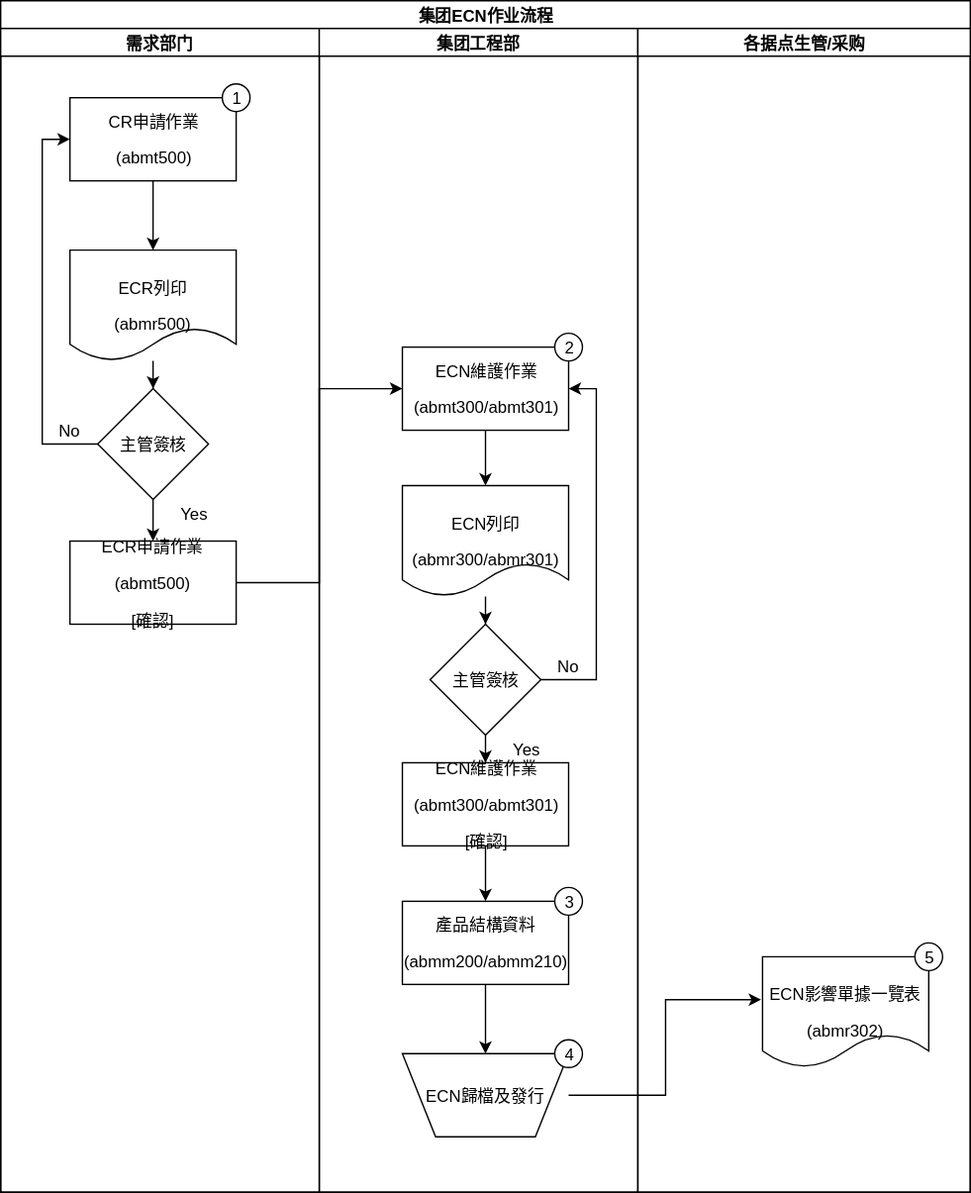
The draw.io diagram ver01/ABM005.svg in ft2017/sop, before a commit. Source tidied: cells renumbered, new cells last; positions are measured from the earlier drawing's top-left corner, leaving out a move shared by most shapes. Source of this version:
```xml
<mxGraphModel background="#ffffff">
  <root>
    <mxCell id="0" />
    <mxCell id="1" parent="0" />
    <mxCell id="2" value="&lt;b&gt;&lt;span&gt;集团&lt;span lang=&quot;EN-US&quot;&gt;ECN&lt;/span&gt;作业流程&lt;/span&gt;&lt;/b&gt;" style="swimlane;html=1;startSize=20;" parent="1" vertex="1">
      <mxGeometry width="700" height="860" as="geometry" />
    </mxCell>
    <mxCell id="3" value="&lt;b&gt;&lt;span&gt;需求部门&lt;/span&gt;&lt;/b&gt;" style="swimlane;html=1;startSize=20;" parent="2" vertex="1">
      <mxGeometry y="20" width="230" height="840" as="geometry" />
    </mxCell>
    <mxCell id="4" style="edgeStyle=orthogonalEdgeStyle;rounded=0;html=1;entryX=0.5;entryY=0;jettySize=auto;" parent="3" edge="1" source="5" target="7">
      <mxGeometry relative="1" as="geometry" />
    </mxCell>
    <mxCell id="5" value="&lt;p align=&quot;center&quot;&gt;&lt;span lang=&quot;EN-US&quot;&gt;CR&lt;/span&gt;&lt;span lang=&quot;ZH-TW&quot;&gt;申請作業&lt;/span&gt;&lt;/p&gt;&lt;p align=&quot;center&quot;&gt;&lt;span lang=&quot;EN-US&quot;&gt;(abmt500)&lt;/span&gt;&lt;/p&gt;" style="whiteSpace=wrap;html=1;" parent="3" vertex="1">
      <mxGeometry x="50" y="50" width="120" height="60" as="geometry" />
    </mxCell>
    <mxCell id="6" style="edgeStyle=orthogonalEdgeStyle;rounded=0;html=1;entryX=0.5;entryY=0;jettySize=auto;" parent="3" edge="1" source="7" target="10">
      <mxGeometry relative="1" as="geometry" />
    </mxCell>
    <mxCell id="7" value="&lt;p align=&quot;center&quot;&gt;&lt;span lang=&quot;EN-US&quot;&gt;ECR&lt;/span&gt;&lt;span lang=&quot;ZH-TW&quot;&gt;列印&lt;/span&gt;&lt;/p&gt;&lt;p align=&quot;center&quot;&gt;&lt;span lang=&quot;EN-US&quot;&gt;(abmr500)&lt;/span&gt;&lt;/p&gt;" style="shape=document;whiteSpace=wrap;html=1;" parent="3" vertex="1">
      <mxGeometry x="50" y="160" width="120" height="80" as="geometry" />
    </mxCell>
    <mxCell id="8" style="edgeStyle=orthogonalEdgeStyle;rounded=0;html=1;entryX=0.5;entryY=0;jettySize=auto;" parent="3" edge="1" source="10" target="11">
      <mxGeometry relative="1" as="geometry" />
    </mxCell>
    <mxCell id="9" style="edgeStyle=orthogonalEdgeStyle;rounded=0;html=1;entryX=0;entryY=0.5;jettySize=auto;" parent="3" edge="1" source="10" target="5">
      <mxGeometry relative="1" as="geometry">
        <Array as="points">
          <mxPoint x="30" y="300" />
          <mxPoint x="30" y="80" />
        </Array>
      </mxGeometry>
    </mxCell>
    <mxCell id="10" value="&lt;p align=&quot;center&quot;&gt;&lt;span lang=&quot;ZH-TW&quot;&gt;主管簽核&lt;/span&gt;&lt;/p&gt;" style="rhombus;whiteSpace=wrap;html=1;" parent="3" vertex="1">
      <mxGeometry x="70" y="260" width="80" height="80" as="geometry" />
    </mxCell>
    <mxCell id="11" value="&lt;p align=&quot;center&quot;&gt;&lt;span lang=&quot;EN-US&quot;&gt;ECR&lt;/span&gt;&lt;span lang=&quot;ZH-TW&quot;&gt;申請作業&lt;/span&gt;&lt;/p&gt;&lt;p align=&quot;center&quot;&gt;&lt;span lang=&quot;EN-US&quot;&gt;(abmt500)&lt;/span&gt;&lt;/p&gt;&lt;p align=&quot;center&quot;&gt;&lt;span lang=&quot;EN-US&quot;&gt;[&lt;/span&gt;&lt;span lang=&quot;ZH-TW&quot;&gt;確認&lt;/span&gt;&lt;span lang=&quot;EN-US&quot;&gt;]&lt;/span&gt;&lt;/p&gt;" style="whiteSpace=wrap;html=1;" parent="3" vertex="1">
      <mxGeometry x="50" y="370" width="120" height="60" as="geometry" />
    </mxCell>
    <mxCell id="12" value="Yes" style="text;html=1;strokeColor=none;fillColor=none;align=center;verticalAlign=middle;whiteSpace=wrap;" parent="3" vertex="1">
      <mxGeometry x="120" y="340" width="40" height="20" as="geometry" />
    </mxCell>
    <mxCell id="13" value="No" style="text;html=1;strokeColor=none;fillColor=none;align=center;verticalAlign=middle;whiteSpace=wrap;" parent="3" vertex="1">
      <mxGeometry x="30" y="280" width="40" height="20" as="geometry" />
    </mxCell>
    <mxCell id="14" value="1" style="ellipse;whiteSpace=wrap;html=1;" parent="3" vertex="1">
      <mxGeometry x="160" y="40" width="20" height="20" as="geometry" />
    </mxCell>
    <mxCell id="15" value="&lt;b&gt;&lt;span&gt;集团工程&lt;/span&gt;&lt;/b&gt;&lt;span&gt;部&lt;/span&gt;" style="swimlane;html=1;startSize=20;" parent="2" vertex="1">
      <mxGeometry x="230" y="20" width="230" height="840" as="geometry" />
    </mxCell>
    <mxCell id="16" style="edgeStyle=orthogonalEdgeStyle;rounded=0;html=1;entryX=0.5;entryY=0;jettySize=auto;" parent="15" edge="1" source="17" target="19">
      <mxGeometry relative="1" as="geometry" />
    </mxCell>
    <mxCell id="17" value="&lt;p align=&quot;center&quot;&gt;&lt;span lang=&quot;EN-US&quot;&gt;ECN&lt;/span&gt;&lt;span lang=&quot;ZH-TW&quot;&gt;維護作業&lt;/span&gt;&lt;/p&gt;&lt;p align=&quot;center&quot;&gt;&lt;span lang=&quot;EN-US&quot;&gt;(abmt300/abmt301)&lt;/span&gt;&lt;/p&gt;" style="whiteSpace=wrap;html=1;" parent="15" vertex="1">
      <mxGeometry x="60" y="230" width="120" height="60" as="geometry" />
    </mxCell>
    <mxCell id="18" style="edgeStyle=orthogonalEdgeStyle;rounded=0;html=1;entryX=0.5;entryY=0;jettySize=auto;" parent="15" edge="1" source="19" target="22">
      <mxGeometry relative="1" as="geometry" />
    </mxCell>
    <mxCell id="19" value="&lt;p align=&quot;center&quot;&gt;&lt;span lang=&quot;EN-US&quot;&gt;ECN&lt;/span&gt;&lt;span lang=&quot;ZH-TW&quot;&gt;列印&lt;/span&gt;&lt;/p&gt;&lt;p align=&quot;center&quot;&gt;&lt;span lang=&quot;EN-US&quot;&gt;(abmr300/abmr301)&lt;/span&gt;&lt;/p&gt;" style="shape=document;whiteSpace=wrap;html=1;" parent="15" vertex="1">
      <mxGeometry x="60" y="330" width="120" height="80" as="geometry" />
    </mxCell>
    <mxCell id="20" style="edgeStyle=orthogonalEdgeStyle;rounded=0;html=1;entryX=0.5;entryY=0;jettySize=auto;" parent="15" edge="1" source="22" target="24">
      <mxGeometry relative="1" as="geometry" />
    </mxCell>
    <mxCell id="21" style="edgeStyle=orthogonalEdgeStyle;rounded=0;html=1;entryX=1;entryY=0.5;jettySize=auto;" parent="15" edge="1" source="22" target="17">
      <mxGeometry relative="1" as="geometry">
        <Array as="points">
          <mxPoint x="200" y="470" />
          <mxPoint x="200" y="260" />
        </Array>
      </mxGeometry>
    </mxCell>
    <mxCell id="22" value="&lt;p align=&quot;center&quot;&gt;&lt;span lang=&quot;ZH-TW&quot;&gt;主管簽核&lt;/span&gt;&lt;/p&gt;" style="rhombus;whiteSpace=wrap;html=1;" parent="15" vertex="1">
      <mxGeometry x="80" y="430" width="80" height="80" as="geometry" />
    </mxCell>
    <mxCell id="23" style="edgeStyle=orthogonalEdgeStyle;rounded=0;html=1;entryX=0.5;entryY=0;jettySize=auto;" parent="15" edge="1" source="24" target="26">
      <mxGeometry relative="1" as="geometry" />
    </mxCell>
    <mxCell id="24" value="&lt;p align=&quot;center&quot;&gt;&lt;span lang=&quot;EN-US&quot;&gt;ECN&lt;/span&gt;&lt;span lang=&quot;ZH-TW&quot;&gt;維護作業&lt;/span&gt;&lt;/p&gt;&lt;p align=&quot;center&quot;&gt;&lt;span lang=&quot;EN-US&quot;&gt;(abmt300/abmt301)&lt;/span&gt;&lt;/p&gt;&lt;p align=&quot;center&quot;&gt;&lt;span lang=&quot;EN-US&quot;&gt;[&lt;/span&gt;&lt;span lang=&quot;ZH-TW&quot;&gt;確認&lt;/span&gt;&lt;span lang=&quot;EN-US&quot;&gt;]&lt;/span&gt;&lt;/p&gt;" style="whiteSpace=wrap;html=1;" parent="15" vertex="1">
      <mxGeometry x="60" y="530" width="120" height="60" as="geometry" />
    </mxCell>
    <mxCell id="25" style="edgeStyle=orthogonalEdgeStyle;rounded=0;html=1;entryX=0.5;entryY=1;jettySize=auto;" parent="15" edge="1" source="26" target="27">
      <mxGeometry relative="1" as="geometry" />
    </mxCell>
    <mxCell id="26" value="&lt;p align=&quot;center&quot;&gt;&lt;span lang=&quot;ZH-TW&quot;&gt;產品結構資料&lt;/span&gt;&lt;/p&gt;&lt;p align=&quot;center&quot;&gt;&lt;span lang=&quot;EN-US&quot;&gt;(abmm200/abmm210)&lt;/span&gt;&lt;/p&gt;" style="whiteSpace=wrap;html=1;" parent="15" vertex="1">
      <mxGeometry x="60" y="630" width="120" height="60" as="geometry" />
    </mxCell>
    <mxCell id="27" value="&lt;p align=&quot;center&quot;&gt;&lt;span lang=&quot;EN-US&quot;&gt;ECN&lt;/span&gt;&lt;span lang=&quot;ZH-TW&quot;&gt;歸檔及發行&lt;/span&gt;&lt;/p&gt;" style="shape=trapezoid;whiteSpace=wrap;html=1;flipV=1;" parent="15" vertex="1">
      <mxGeometry x="60" y="740" width="120" height="60" as="geometry" />
    </mxCell>
    <mxCell id="28" value="Yes" style="text;html=1;strokeColor=none;fillColor=none;align=center;verticalAlign=middle;whiteSpace=wrap;" parent="15" vertex="1">
      <mxGeometry x="130" y="510" width="40" height="20" as="geometry" />
    </mxCell>
    <mxCell id="29" value="No" style="text;html=1;strokeColor=none;fillColor=none;align=center;verticalAlign=middle;whiteSpace=wrap;" parent="15" vertex="1">
      <mxGeometry x="160" y="450" width="40" height="20" as="geometry" />
    </mxCell>
    <mxCell id="30" value="2" style="ellipse;whiteSpace=wrap;html=1;" parent="15" vertex="1">
      <mxGeometry x="170" y="220" width="20" height="20" as="geometry" />
    </mxCell>
    <mxCell id="31" style="edgeStyle=orthogonalEdgeStyle;rounded=0;html=1;exitX=1;exitY=0;entryX=1;entryY=0;jettySize=auto;orthogonalLoop=1;" parent="15" edge="1" source="30" target="30">
      <mxGeometry relative="1" as="geometry" />
    </mxCell>
    <mxCell id="32" value="3" style="ellipse;whiteSpace=wrap;html=1;" parent="15" vertex="1">
      <mxGeometry x="170" y="620" width="20" height="20" as="geometry" />
    </mxCell>
    <mxCell id="33" value="4" style="ellipse;whiteSpace=wrap;html=1;" parent="15" vertex="1">
      <mxGeometry x="170" y="730" width="20" height="20" as="geometry" />
    </mxCell>
    <mxCell id="34" style="edgeStyle=orthogonalEdgeStyle;rounded=0;html=1;exitX=1;exitY=1;entryX=1;entryY=1;jettySize=auto;orthogonalLoop=1;" parent="15" edge="1" source="33" target="33">
      <mxGeometry relative="1" as="geometry" />
    </mxCell>
    <mxCell id="35" value="&lt;b&gt;&lt;span&gt;各据点生管&lt;span lang=&quot;EN-US&quot;&gt;/&lt;/span&gt;采购&lt;/span&gt;&lt;/b&gt;" style="swimlane;html=1;startSize=20;" parent="2" vertex="1">
      <mxGeometry x="460" y="20" width="240" height="840" as="geometry" />
    </mxCell>
    <mxCell id="36" value="&lt;p align=&quot;center&quot;&gt;&lt;span lang=&quot;EN-US&quot;&gt;ECN&lt;/span&gt;&lt;span lang=&quot;ZH-TW&quot;&gt;影響單據一覽表&lt;/span&gt;&lt;/p&gt;&lt;p align=&quot;center&quot;&gt;&lt;span lang=&quot;EN-US&quot;&gt;(abmr302)&lt;/span&gt;&lt;/p&gt;" style="shape=document;whiteSpace=wrap;html=1;" parent="35" vertex="1">
      <mxGeometry x="90" y="670" width="120" height="80" as="geometry" />
    </mxCell>
    <mxCell id="37" value="5" style="ellipse;whiteSpace=wrap;html=1;" parent="35" vertex="1">
      <mxGeometry x="200" y="660" width="20" height="20" as="geometry" />
    </mxCell>
    <mxCell id="38" style="edgeStyle=orthogonalEdgeStyle;rounded=0;html=1;entryX=0;entryY=0.5;jettySize=auto;" parent="2" edge="1" source="11" target="17">
      <mxGeometry relative="1" as="geometry" />
    </mxCell>
    <mxCell id="39" style="edgeStyle=orthogonalEdgeStyle;rounded=0;html=1;entryX=-0.006;entryY=0.388;entryPerimeter=0;jettySize=auto;" parent="2" edge="1" source="27" target="36">
      <mxGeometry relative="1" as="geometry" />
    </mxCell>
  </root>
</mxGraphModel>
```
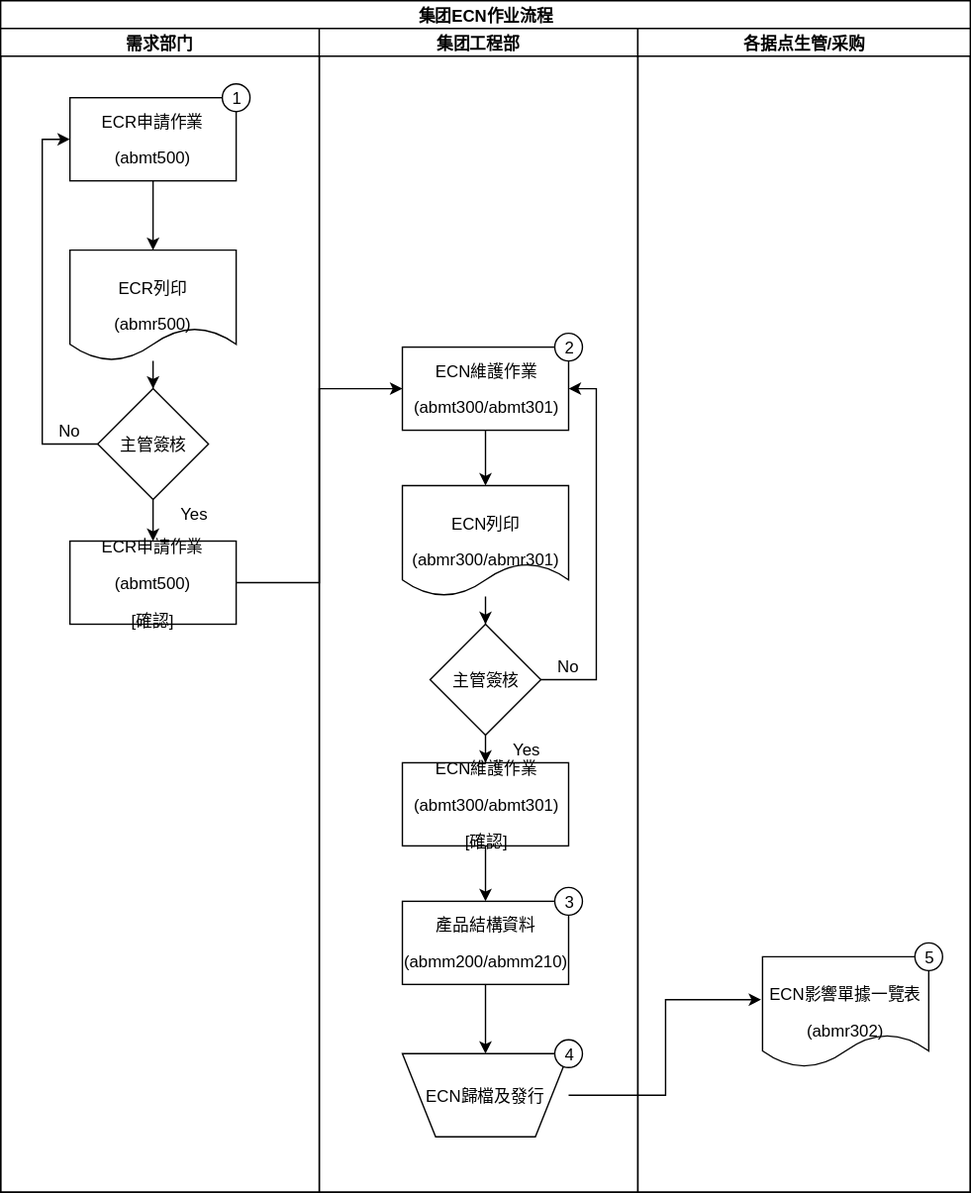
After the change.

Change to the diagram source:
```diff
@@ -11,7 +11,7 @@
     <mxCell id="4" style="edgeStyle=orthogonalEdgeStyle;rounded=0;html=1;entryX=0.5;entryY=0;jettySize=auto;" parent="3" edge="1" source="5" target="7">
       <mxGeometry relative="1" as="geometry" />
     </mxCell>
-    <mxCell id="5" value="&lt;p align=&quot;center&quot;&gt;&lt;span lang=&quot;EN-US&quot;&gt;CR&lt;/span&gt;&lt;span lang=&quot;ZH-TW&quot;&gt;申請作業&lt;/span&gt;&lt;/p&gt;&lt;p align=&quot;center&quot;&gt;&lt;span lang=&quot;EN-US&quot;&gt;(abmt500)&lt;/span&gt;&lt;/p&gt;" style="whiteSpace=wrap;html=1;" parent="3" vertex="1">
+    <mxCell id="5" value="&lt;p align=&quot;center&quot;&gt;&lt;span lang=&quot;EN-US&quot;&gt;&lt;span&gt;E&lt;/span&gt;CR&lt;/span&gt;&lt;span lang=&quot;ZH-TW&quot;&gt;申請作業&lt;/span&gt;&lt;/p&gt;&lt;p align=&quot;center&quot;&gt;&lt;span lang=&quot;EN-US&quot;&gt;(abmt500)&lt;/span&gt;&lt;/p&gt;" style="whiteSpace=wrap;html=1;" parent="3" vertex="1">
       <mxGeometry x="50" y="50" width="120" height="60" as="geometry" />
     </mxCell>
     <mxCell id="6" style="edgeStyle=orthogonalEdgeStyle;rounded=0;html=1;entryX=0.5;entryY=0;jettySize=auto;" parent="3" edge="1" source="7" target="10">
```
